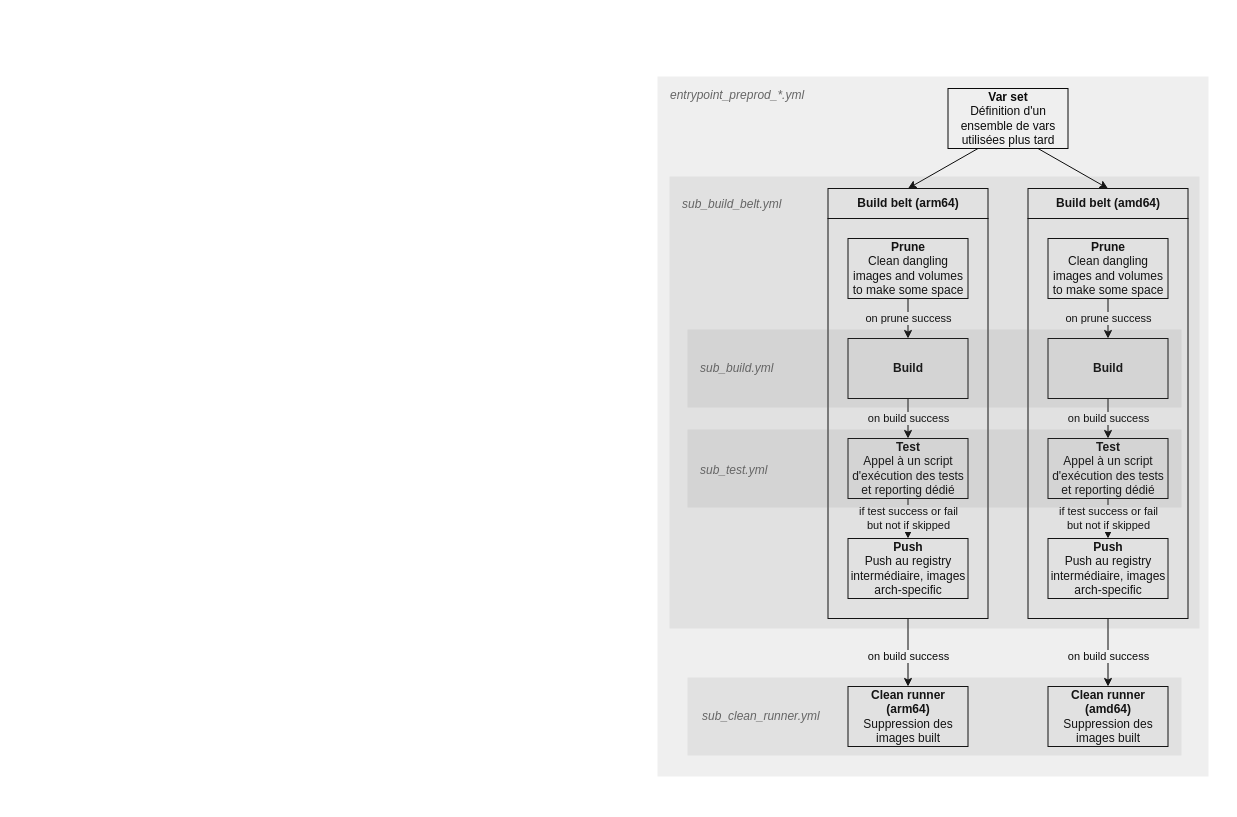
The draw.io diagram page "external PR" (2 of 4) of .github/workflows/diagrams.drawio in ThePorgs/Exegol-images, before the edit. Source tidied: cells renumbered, new cells numbered last; positions are measured from the earlier drawing's top-left corner, leaving out a move shared by most shapes. Both pictures are drawn from the tidied source at 100%, with x=0, y=0 at pixel (657, 76).
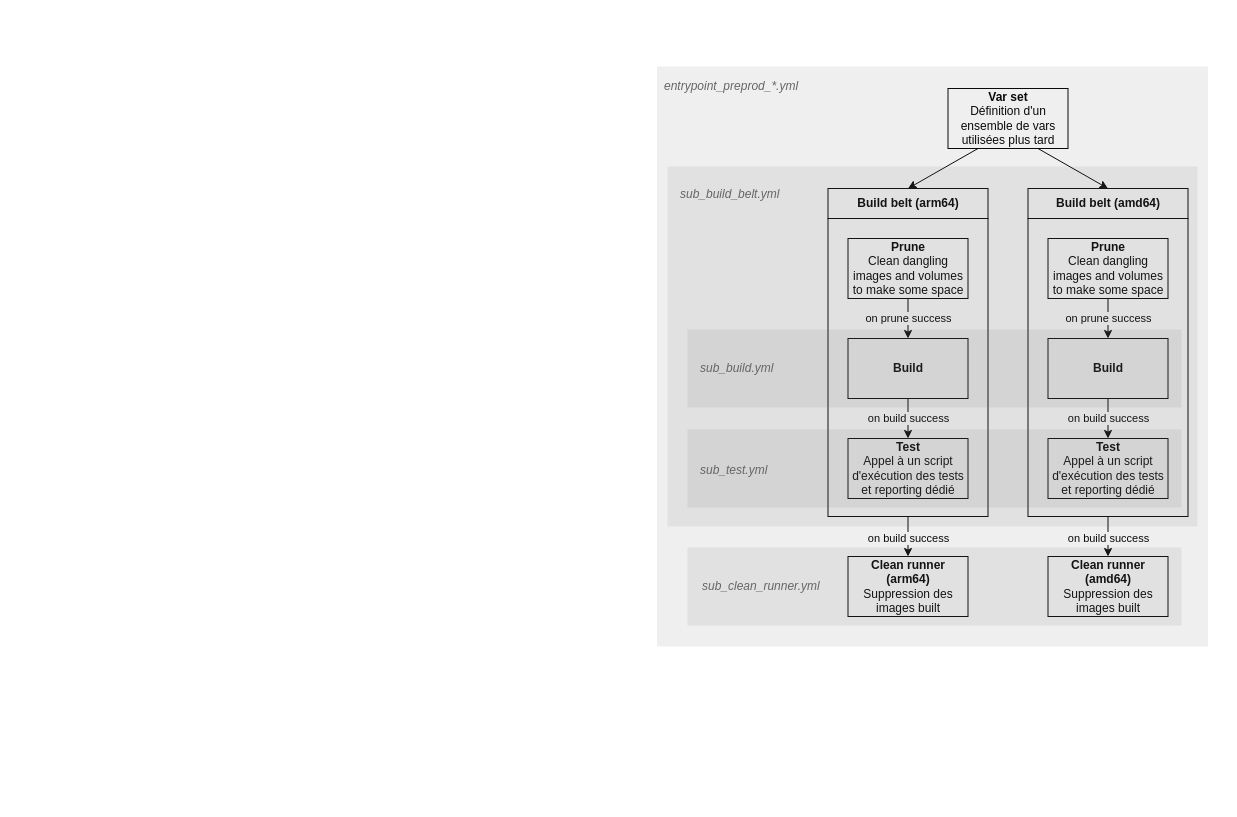
The same page after the edit.

Unchanged cells that the change refers to:
```xml
<mxCell id="16" value="&lt;b&gt;Test&lt;/b&gt;&lt;br&gt;Appel à un script d'exécution des tests et reporting dédié" style="whiteSpace=wrap;html=1;" parent="1" vertex="1">
  <mxGeometry x="190.5" y="362" width="120" height="60" as="geometry" />
</mxCell>
<mxCell id="25" value="&lt;b&gt;Test&lt;/b&gt;&lt;br&gt;Appel à un script d'exécution des tests et reporting dédié" style="whiteSpace=wrap;html=1;" parent="1" vertex="1">
  <mxGeometry x="390.5" y="362" width="120" height="60" as="geometry" />
</mxCell>
```

The edit, as a diff of the source:
```diff
@@
     <mxCell id="6" value="&lt;b&gt;Clean runner (arm64)&lt;/b&gt;&lt;br&gt;Suppression des images built" style="whiteSpace=wrap;html=1;" parent="1" vertex="1">
-      <mxGeometry x="190.5" y="610" width="120" height="60" as="geometry" />
+      <mxGeometry x="190.5" y="480" width="120" height="60" as="geometry" />
     </mxCell>
@@
     <mxCell id="8" value="&lt;b&gt;Clean runner (amd64)&lt;/b&gt;&lt;br&gt;Suppression des images built" style="whiteSpace=wrap;html=1;" parent="1" vertex="1">
-      <mxGeometry x="390.5" y="610" width="120" height="60" as="geometry" />
+      <mxGeometry x="390.5" y="480" width="120" height="60" as="geometry" />
     </mxCell>
@@
     <mxCell id="10" style="whiteSpace=wrap;html=1;" parent="1" vertex="1">
-      <mxGeometry x="170.5" y="142" width="160" height="400" as="geometry" />
+      <mxGeometry x="170.5" y="142" width="160" height="298" as="geometry" />
     </mxCell>
@@
-    <mxCell id="15" value="if test success or fail&lt;br&gt;but not if skipped" style="edgeStyle=none;rounded=0;jettySize=auto;html=1;" parent="1" edge="1" source="16" target="17">
-      <mxGeometry relative="1" as="geometry" />
-    </mxCell>
@@
-    <mxCell id="17" value="&lt;b&gt;Push&lt;/b&gt;&lt;br&gt;Push au registry intermédiaire, images arch-specific" style="whiteSpace=wrap;html=1;" parent="1" vertex="1">
-      <mxGeometry x="190.5" y="462" width="120" height="60" as="geometry" />
-    </mxCell>
@@
     <mxCell id="19" style="whiteSpace=wrap;html=1;" parent="1" vertex="1">
-      <mxGeometry x="370.5" y="142" width="160" height="400" as="geometry" />
+      <mxGeometry x="370.5" y="142" width="160" height="298" as="geometry" />
     </mxCell>
@@
-    <mxCell id="24" value="if test success or fail&lt;br&gt;but not if skipped" style="edgeStyle=none;rounded=0;jettySize=auto;html=1;" parent="1" edge="1" source="25" target="26">
-      <mxGeometry relative="1" as="geometry" />
-    </mxCell>
@@
-    <mxCell id="26" value="&lt;b&gt;Push&lt;/b&gt;&lt;br&gt;Push au registry intermédiaire, images arch-specific" style="whiteSpace=wrap;html=1;" parent="1" vertex="1">
-      <mxGeometry x="390.5" y="462" width="120" height="60" as="geometry" />
-    </mxCell>
     <mxCell id="27" style="group;" parent="1" vertex="1">
-      <mxGeometry x="30" y="353" width="494" height="78" as="geometry" />
+      <mxGeometry x="30" y="353" width="531" height="361" as="geometry" />
     </mxCell>
@@
+    <mxCell id="36" style="group;" parent="27" vertex="1">
+      <mxGeometry x="-20" y="-263" width="551" height="624" as="geometry" />
+    </mxCell>
+    <mxCell id="37" style="rounded=0;whiteSpace=wrap;html=1;fillColor=#666666;fontColor=#333333;strokeColor=none;dashed=1;opacity=10;" parent="36" vertex="1">
+      <mxGeometry width="530" height="360" as="geometry" />
+    </mxCell>
+    <mxCell id="38" value="sub_build_belt.yml" style="text;html=1;align=left;verticalAlign=middle;strokeColor=none;fillColor=none;fontStyle=2;fontColor=#666666;" parent="36" vertex="1">
+      <mxGeometry x="11" y="19" width="109" height="18" as="geometry" />
+    </mxCell>
+    <mxCell id="40" style="rounded=0;whiteSpace=wrap;html=1;fillColor=#666666;fontColor=#333333;strokeColor=none;dashed=1;opacity=10;" parent="36" vertex="1">
+      <mxGeometry x="-10.5" y="-100" width="551" height="580" as="geometry" />
+    </mxCell>
@@
     <mxCell id="33" style="group;" parent="1" vertex="1">
-      <mxGeometry x="30" y="601" width="494" height="78" as="geometry" />
+      <mxGeometry x="30" y="471" width="494" height="78" as="geometry" />
     </mxCell>
@@
-    <mxCell id="36" style="group;" parent="1" vertex="1">
-      <mxGeometry x="12" y="100" width="551" height="624" as="geometry" />
-    </mxCell>
-    <mxCell id="37" style="rounded=0;whiteSpace=wrap;html=1;fillColor=#666666;fontColor=#333333;strokeColor=none;dashed=1;opacity=10;" parent="36" vertex="1">
-      <mxGeometry width="530" height="452" as="geometry" />
-    </mxCell>
-    <mxCell id="38" value="sub_build_belt.yml" style="text;html=1;align=left;verticalAlign=middle;strokeColor=none;fillColor=none;fontStyle=2;fontColor=#666666;" parent="36" vertex="1">
-      <mxGeometry x="11" y="19" width="109" height="18" as="geometry" />
-    </mxCell>
     <mxCell id="39" style="group;" parent="1" vertex="1">
-      <mxGeometry width="551" height="700" as="geometry" />
+      <mxGeometry x="-640" y="-59" width="1019" height="700" as="geometry" />
     </mxCell>
-    <mxCell id="40" style="rounded=0;whiteSpace=wrap;html=1;fillColor=#666666;fontColor=#333333;strokeColor=none;dashed=1;opacity=10;" parent="39" vertex="1">
-      <mxGeometry width="551" height="700" as="geometry" />
-    </mxCell>
     <mxCell id="41" value="entrypoint_preprod_*.yml" style="text;html=1;align=left;verticalAlign=middle;strokeColor=none;fillColor=none;fontStyle=2;fontColor=#666666;" parent="39" vertex="1">
-      <mxGeometry x="10.5" y="8.9" width="150" height="20" as="geometry" />
+      <mxGeometry x="644.5" y="59" width="150" height="20" as="geometry" />
     </mxCell>
```
